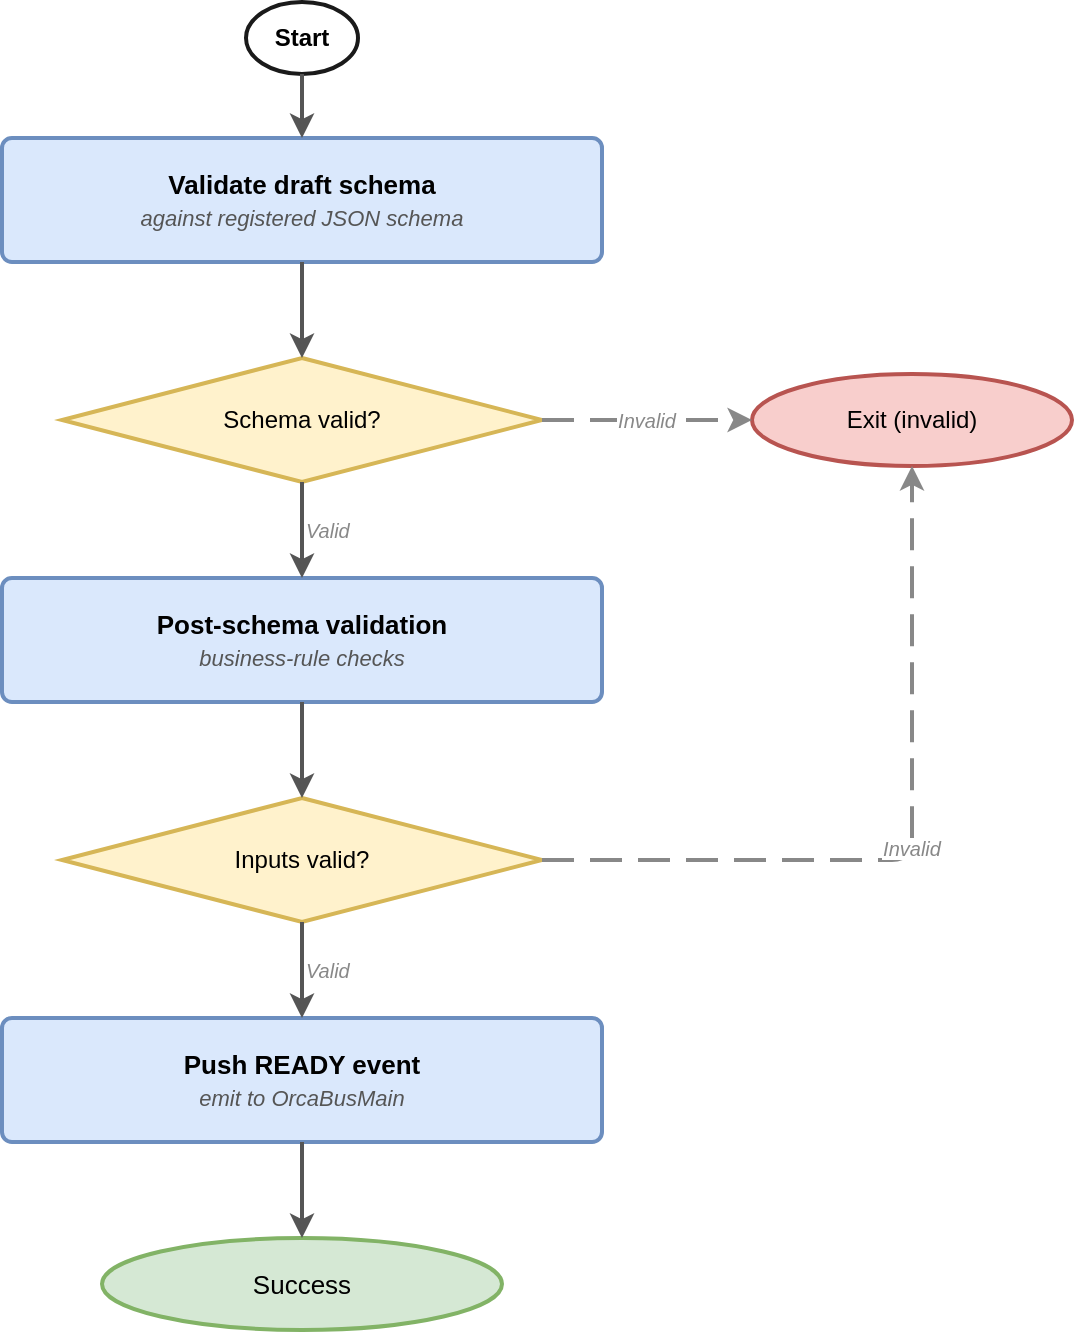
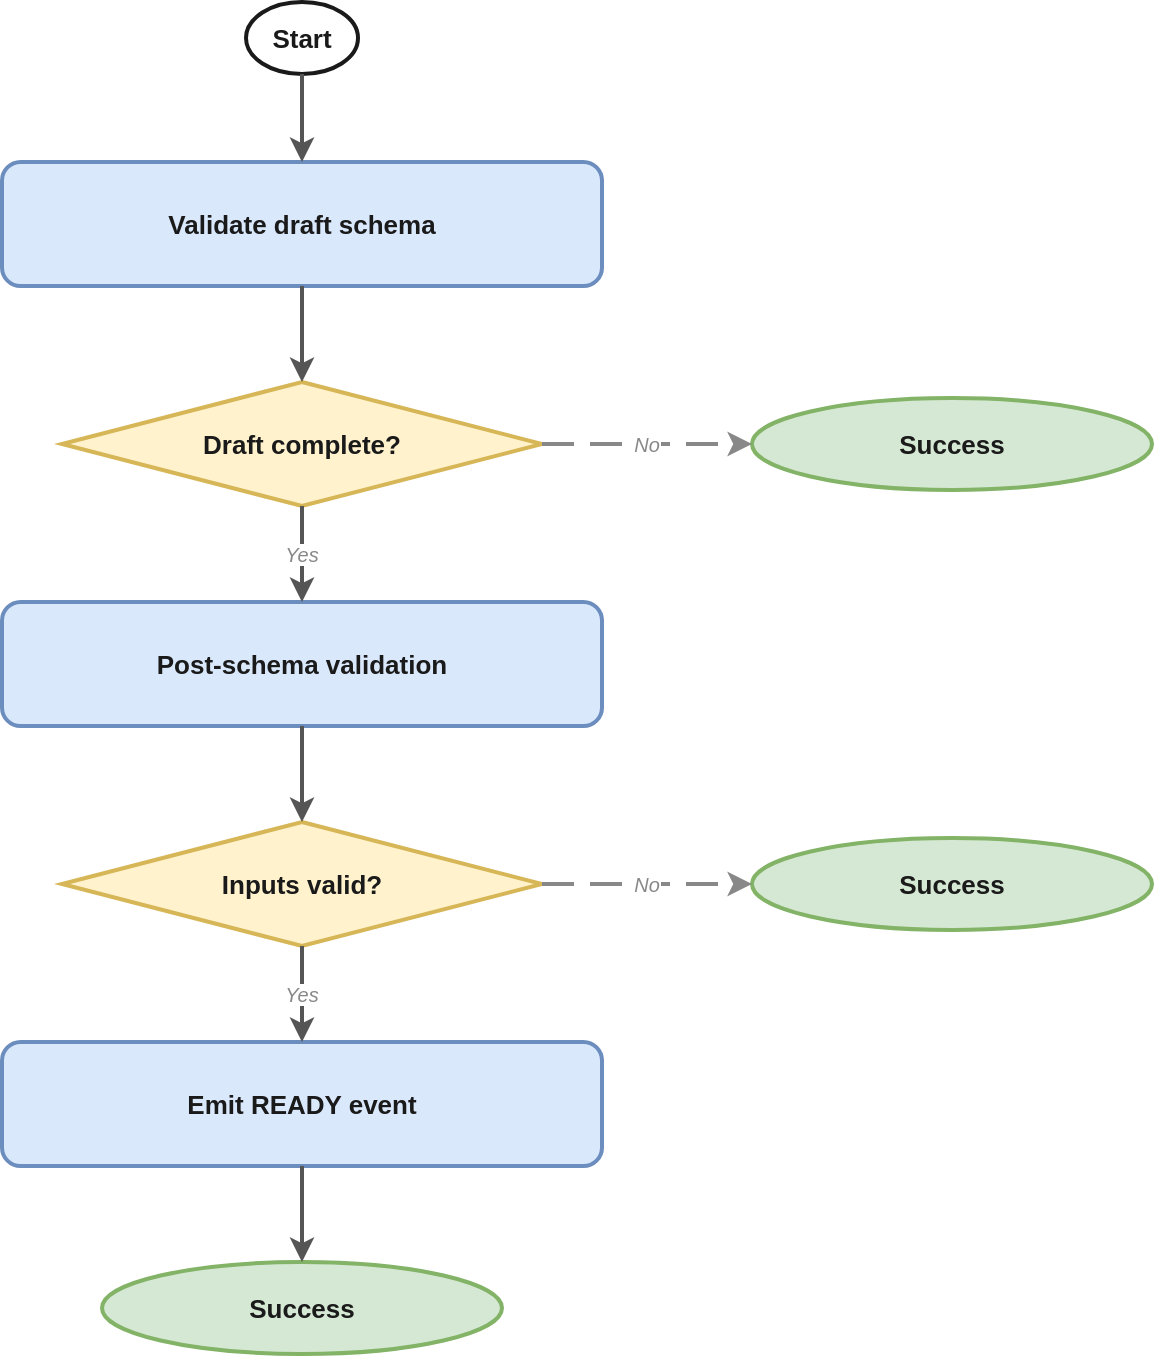
- <mxfile host="Electron" agent="Mozilla/5.0 (Windows NT 10.0; Win64; x64) AppleWebKit/537.36 (KHTML, like Gecko) draw.io/29.3.6 Chrome/140.0.7339.249 Electron/38.8.0 Safari/537.36" version="29.3.6">
+ <mxfile host="app.diagrams.net">
  <diagram name="validate-draft-and-put-ready-event" id="validate-draft-and-put-ready-event">
-     <mxGraphModel dx="900" dy="600" grid="0" gridSize="10" guides="0" tooltips="1" connect="0" arrows="1" fold="0" page="0" pageScale="1" pageWidth="900" pageHeight="700" math="0" shadow="0">
+     <mxGraphModel dx="1200" dy="900" grid="0" gridSize="10" guides="1" tooltips="1" connect="1" arrows="1" fold="1" page="0" pageScale="1" pageWidth="850" pageHeight="1100" math="0" shadow="0">
      <root>
-         <mxCell id="0" />
-         <mxCell id="1" parent="0" />
-         <mxCell id="start" parent="1" style="ellipse;whiteSpace=wrap;html=1;fillColor=#ffffff;strokeColor=#1a1a1a;strokeWidth=2;fontStyle=1;fontSize=12;fontFamily=Helvetica;" value="Start" vertex="1">
-           <mxGeometry height="36" width="56" x="147" y="50" as="geometry" />
+         <mxCell id="0"/>
+         <mxCell id="1" parent="0"/>
+ 
+         <!-- ═══════════════ NODES ═══════════════ -->
+ 
+         <!-- Start oval -->
+         <mxCell id="n1" value="Start" style="ellipse;whiteSpace=wrap;html=1;fillColor=#ffffff;strokeColor=#1a1a1a;strokeWidth=2;fontSize=13;fontStyle=1;fontColor=#1a1a1a;" vertex="1" parent="1">
+           <mxGeometry x="147" y="30" width="56" height="36" as="geometry"/>
        </mxCell>
-         <mxCell id="validate-schema" parent="1" style="rounded=1;whiteSpace=wrap;html=1;fillColor=#dae8fc;strokeColor=#6c8ebf;strokeWidth=2;fontSize=13;fontFamily=Helvetica;arcSize=8;" value="&lt;b&gt;Validate draft schema&lt;/b&gt;&lt;br/&gt;&lt;i&gt;&lt;font style=&quot;font-size:11px;color:#555555;&quot;&gt;against registered JSON schema&lt;/font&gt;&lt;/i&gt;" vertex="1">
-           <mxGeometry height="62" width="300" x="25" y="118" as="geometry" />
+ 
+         <!-- Step: Validate draft schema -->
+         <mxCell id="n2" value="Validate draft schema" style="rounded=1;whiteSpace=wrap;html=1;fillColor=#dae8fc;strokeColor=#6c8ebf;strokeWidth=2;fontSize=13;fontStyle=1;fontColor=#1a1a1a;" vertex="1" parent="1">
+           <mxGeometry x="25" y="110" width="300" height="62" as="geometry"/>
        </mxCell>
-         <mxCell id="decision-schema" parent="1" style="rhombus;whiteSpace=wrap;html=1;fillColor=#fff2cc;strokeColor=#d6b656;strokeWidth=2;fontSize=12;fontFamily=Helvetica;" value="Schema valid?" vertex="1">
-           <mxGeometry height="62" width="240" x="55" y="228" as="geometry" />
+ 
+         <!-- Decision: Draft complete? -->
+         <mxCell id="n3" value="Draft complete?" style="rhombus;whiteSpace=wrap;html=1;fillColor=#fff2cc;strokeColor=#d6b656;strokeWidth=2;fontSize=13;fontStyle=1;fontColor=#1a1a1a;" vertex="1" parent="1">
+           <mxGeometry x="55" y="220" width="240" height="62" as="geometry"/>
        </mxCell>
-         <mxCell id="post-validation" parent="1" style="rounded=1;whiteSpace=wrap;html=1;fillColor=#dae8fc;strokeColor=#6c8ebf;strokeWidth=2;fontSize=13;fontFamily=Helvetica;arcSize=8;" value="&lt;b&gt;Post-schema validation&lt;/b&gt;&lt;br/&gt;&lt;i&gt;&lt;font style=&quot;font-size:11px;color:#555555;&quot;&gt;business-rule checks&lt;/font&gt;&lt;/i&gt;" vertex="1">
-           <mxGeometry height="62" width="300" x="25" y="338" as="geometry" />
+ 
+         <!-- Step: Post-schema validation -->
+         <mxCell id="n4" value="Post-schema validation" style="rounded=1;whiteSpace=wrap;html=1;fillColor=#dae8fc;strokeColor=#6c8ebf;strokeWidth=2;fontSize=13;fontStyle=1;fontColor=#1a1a1a;" vertex="1" parent="1">
+           <mxGeometry x="25" y="330" width="300" height="62" as="geometry"/>
        </mxCell>
-         <mxCell id="decision-post" parent="1" style="rhombus;whiteSpace=wrap;html=1;fillColor=#fff2cc;strokeColor=#d6b656;strokeWidth=2;fontSize=12;fontFamily=Helvetica;" value="Inputs valid?" vertex="1">
-           <mxGeometry height="62" width="240" x="55" y="448" as="geometry" />
+ 
+         <!-- Decision: Inputs valid? -->
+         <mxCell id="n5" value="Inputs valid?" style="rhombus;whiteSpace=wrap;html=1;fillColor=#fff2cc;strokeColor=#d6b656;strokeWidth=2;fontSize=13;fontStyle=1;fontColor=#1a1a1a;" vertex="1" parent="1">
+           <mxGeometry x="55" y="440" width="240" height="62" as="geometry"/>
        </mxCell>
-         <mxCell id="push-ready" parent="1" style="rounded=1;whiteSpace=wrap;html=1;fillColor=#dae8fc;strokeColor=#6c8ebf;strokeWidth=2;fontSize=13;fontFamily=Helvetica;arcSize=8;" value="&lt;b&gt;Push READY event&lt;/b&gt;&lt;br/&gt;&lt;i&gt;&lt;font style=&quot;font-size:11px;color:#555555;&quot;&gt;emit to OrcaBusMain&lt;/font&gt;&lt;/i&gt;" vertex="1">
-           <mxGeometry height="62" width="300" x="25" y="558" as="geometry" />
+ 
+         <!-- Step: Emit READY event -->
+         <mxCell id="n6" value="Emit READY event" style="rounded=1;whiteSpace=wrap;html=1;fillColor=#dae8fc;strokeColor=#6c8ebf;strokeWidth=2;fontSize=13;fontStyle=1;fontColor=#1a1a1a;" vertex="1" parent="1">
+           <mxGeometry x="25" y="550" width="300" height="62" as="geometry"/>
        </mxCell>
-         <mxCell id="success" parent="1" style="ellipse;whiteSpace=wrap;html=1;fillColor=#d5e8d4;strokeColor=#82b366;strokeWidth=2;fontSize=13;fontFamily=Helvetica;" value="Success" vertex="1">
-           <mxGeometry height="46" width="200" x="75" y="668" as="geometry" />
+ 
+         <!-- Terminal: Success (main flow) -->
+         <mxCell id="n7" value="Success" style="ellipse;whiteSpace=wrap;html=1;fillColor=#d5e8d4;strokeColor=#82b366;strokeWidth=2;fontSize=13;fontStyle=1;fontColor=#1a1a1a;arcSize=50;" vertex="1" parent="1">
+           <mxGeometry x="75" y="660" width="200" height="46" as="geometry"/>
        </mxCell>
-         <mxCell id="exit-invalid" parent="1" style="ellipse;whiteSpace=wrap;html=1;fillColor=#f8cecc;strokeColor=#b85450;strokeWidth=2;fontSize=12;fontFamily=Helvetica;" value="Exit (invalid)" vertex="1">
-           <mxGeometry height="46" width="160" x="400" y="236" as="geometry" />
+ 
+         <!-- Terminal: Success (draft not complete — side float) -->
+         <mxCell id="n8" value="Success" style="ellipse;whiteSpace=wrap;html=1;fillColor=#d5e8d4;strokeColor=#82b366;strokeWidth=2;fontSize=13;fontStyle=1;fontColor=#1a1a1a;arcSize=50;" vertex="1" parent="1">
+           <mxGeometry x="400" y="228" width="200" height="46" as="geometry"/>
        </mxCell>
-         <mxCell id="e1" edge="1" parent="1" source="start" style="edgeStyle=orthogonalEdgeStyle;strokeColor=#555555;strokeWidth=2;exitX=0.5;exitY=1;exitDx=0;exitDy=0;entryX=0.5;entryY=0;entryDx=0;entryDy=0;" target="validate-schema">
-           <mxGeometry relative="1" as="geometry" />
+ 
+         <!-- Terminal: Success (inputs not valid — side float) -->
+         <mxCell id="n9" value="Success" style="ellipse;whiteSpace=wrap;html=1;fillColor=#d5e8d4;strokeColor=#82b366;strokeWidth=2;fontSize=13;fontStyle=1;fontColor=#1a1a1a;arcSize=50;" vertex="1" parent="1">
+           <mxGeometry x="400" y="448" width="200" height="46" as="geometry"/>
        </mxCell>
-         <mxCell id="e2" edge="1" parent="1" source="validate-schema" style="edgeStyle=orthogonalEdgeStyle;strokeColor=#555555;strokeWidth=2;exitX=0.5;exitY=1;exitDx=0;exitDy=0;entryX=0.5;entryY=0;entryDx=0;entryDy=0;" target="decision-schema">
-           <mxGeometry relative="1" as="geometry" />
+ 
+         <!-- ═══════════════ EDGES ═══════════════ -->
+ 
+         <!-- Start → Validate draft schema -->
+         <mxCell id="e1" style="edgeStyle=orthogonalEdgeStyle;strokeColor=#555555;strokeWidth=2;exitX=0.5;exitY=1;exitDx=0;exitDy=0;entryX=0.5;entryY=0;entryDx=0;entryDy=0;" edge="1" source="n1" target="n2" parent="1">
+           <mxGeometry relative="1" as="geometry"/>
        </mxCell>
-         <mxCell id="e3" edge="1" parent="1" source="decision-schema" style="edgeStyle=orthogonalEdgeStyle;strokeColor=#555555;strokeWidth=2;exitX=0.5;exitY=1;exitDx=0;exitDy=0;entryX=0.5;entryY=0;entryDx=0;entryDy=0;fontSize=10;fontColor=#888888;fontStyle=2;align=left;" target="post-validation" value="Valid">
-           <mxGeometry relative="1" as="geometry" />
+ 
+         <!-- Validate draft schema → Draft complete? -->
+         <mxCell id="e2" style="edgeStyle=orthogonalEdgeStyle;strokeColor=#555555;strokeWidth=2;exitX=0.5;exitY=1;exitDx=0;exitDy=0;entryX=0.5;entryY=0;entryDx=0;entryDy=0;" edge="1" source="n2" target="n3" parent="1">
+           <mxGeometry relative="1" as="geometry"/>
        </mxCell>
-         <mxCell id="e4" edge="1" parent="1" source="decision-schema" style="edgeStyle=orthogonalEdgeStyle;strokeColor=#888888;strokeWidth=2;dashed=1;dashPattern=8 4;exitX=1;exitY=0.5;exitDx=0;exitDy=0;entryX=0;entryY=0.5;entryDx=0;entryDy=0;fontSize=10;fontColor=#888888;fontStyle=2;" target="exit-invalid" value="Invalid">
-           <mxGeometry relative="1" as="geometry" />
+ 
+         <!-- Draft complete? → Post-schema validation (Yes) -->
+         <mxCell id="e3" value="Yes" style="edgeStyle=orthogonalEdgeStyle;strokeColor=#555555;strokeWidth=2;fontSize=10;fontColor=#888888;fontStyle=2;exitX=0.5;exitY=1;exitDx=0;exitDy=0;entryX=0.5;entryY=0;entryDx=0;entryDy=0;" edge="1" source="n3" target="n4" parent="1">
+           <mxGeometry relative="1" as="geometry"/>
        </mxCell>
-         <mxCell id="e5" edge="1" parent="1" source="post-validation" style="edgeStyle=orthogonalEdgeStyle;strokeColor=#555555;strokeWidth=2;exitX=0.5;exitY=1;exitDx=0;exitDy=0;entryX=0.5;entryY=0;entryDx=0;entryDy=0;" target="decision-post">
-           <mxGeometry relative="1" as="geometry" />
+ 
+         <!-- Draft complete? → Success side float (No, dashed) -->
+         <mxCell id="e4" value="No" style="edgeStyle=orthogonalEdgeStyle;strokeColor=#888888;strokeWidth=2;dashed=1;dashPattern=8 4;fontSize=10;fontColor=#888888;fontStyle=2;exitX=1;exitY=0.5;exitDx=0;exitDy=0;entryX=0;entryY=0.5;entryDx=0;entryDy=0;" edge="1" source="n3" target="n8" parent="1">
+           <mxGeometry relative="1" as="geometry"/>
        </mxCell>
-         <mxCell id="e6" edge="1" parent="1" source="decision-post" style="edgeStyle=orthogonalEdgeStyle;strokeColor=#555555;strokeWidth=2;exitX=0.5;exitY=1;exitDx=0;exitDy=0;entryX=0.5;entryY=0;entryDx=0;entryDy=0;fontSize=10;fontColor=#888888;fontStyle=2;align=left;" target="push-ready" value="Valid">
-           <mxGeometry relative="1" as="geometry" />
+ 
+         <!-- Post-schema validation → Inputs valid? -->
+         <mxCell id="e5" style="edgeStyle=orthogonalEdgeStyle;strokeColor=#555555;strokeWidth=2;exitX=0.5;exitY=1;exitDx=0;exitDy=0;entryX=0.5;entryY=0;entryDx=0;entryDy=0;" edge="1" source="n4" target="n5" parent="1">
+           <mxGeometry relative="1" as="geometry"/>
        </mxCell>
-         <mxCell id="e7" edge="1" parent="1" source="decision-post" style="edgeStyle=orthogonalEdgeStyle;strokeColor=#888888;strokeWidth=2;dashed=1;dashPattern=8 4;exitX=1;exitY=0.5;exitDx=0;exitDy=0;entryX=0.5;entryY=1;entryDx=0;entryDy=0;fontSize=10;fontColor=#888888;fontStyle=2;" target="exit-invalid" value="Invalid">
-           <mxGeometry relative="1" as="geometry">
-             <Array as="points">
-               <mxPoint x="480" y="479" />
-             </Array>
-           </mxGeometry>
+ 
+         <!-- Inputs valid? → Emit READY event (Yes) -->
+         <mxCell id="e6" value="Yes" style="edgeStyle=orthogonalEdgeStyle;strokeColor=#555555;strokeWidth=2;fontSize=10;fontColor=#888888;fontStyle=2;exitX=0.5;exitY=1;exitDx=0;exitDy=0;entryX=0.5;entryY=0;entryDx=0;entryDy=0;" edge="1" source="n5" target="n6" parent="1">
+           <mxGeometry relative="1" as="geometry"/>
        </mxCell>
-         <mxCell id="e8" edge="1" parent="1" source="push-ready" style="edgeStyle=orthogonalEdgeStyle;strokeColor=#555555;strokeWidth=2;exitX=0.5;exitY=1;exitDx=0;exitDy=0;entryX=0.5;entryY=0;entryDx=0;entryDy=0;" target="success">
-           <mxGeometry relative="1" as="geometry" />
+ 
+         <!-- Inputs valid? → Success side float (No, dashed) -->
+         <mxCell id="e7" value="No" style="edgeStyle=orthogonalEdgeStyle;strokeColor=#888888;strokeWidth=2;dashed=1;dashPattern=8 4;fontSize=10;fontColor=#888888;fontStyle=2;exitX=1;exitY=0.5;exitDx=0;exitDy=0;entryX=0;entryY=0.5;entryDx=0;entryDy=0;" edge="1" source="n5" target="n9" parent="1">
+           <mxGeometry relative="1" as="geometry"/>
        </mxCell>
+ 
+         <!-- Emit READY event → Success -->
+         <mxCell id="e8" style="edgeStyle=orthogonalEdgeStyle;strokeColor=#555555;strokeWidth=2;exitX=0.5;exitY=1;exitDx=0;exitDy=0;entryX=0.5;entryY=0;entryDx=0;entryDy=0;" edge="1" source="n6" target="n7" parent="1">
+           <mxGeometry relative="1" as="geometry"/>
+         </mxCell>
+ 
      </root>
    </mxGraphModel>
  </diagram>
</mxfile>
